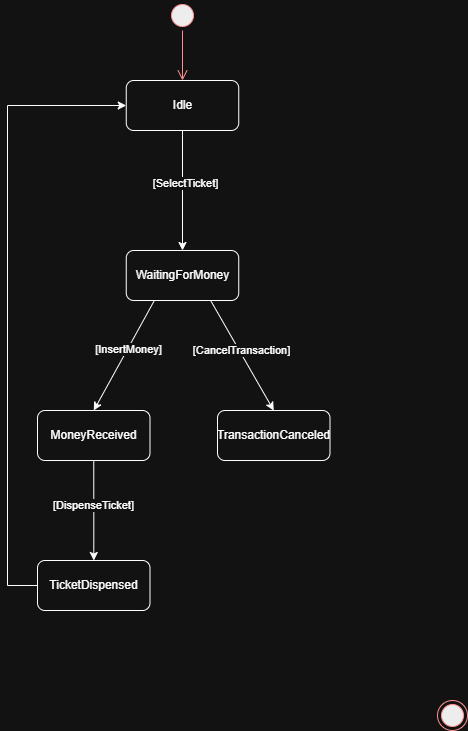
This is Домашняя_работа13_задание2.drawio.png from Masanova-Ksenia/1-Module-Task, a draw.io export, as it was before one commit. Source tidied: cells renumbered, new cells last; positions are measured from the earlier drawing's top-left corner, leaving out a move shared by most shapes. Its diagram source:
```xml
<mxGraphModel>
  <root>
    <mxCell id="0" />
    <mxCell id="1" parent="0" />
    <mxCell id="2" style="edgeStyle=orthogonalEdgeStyle;rounded=0;jettySize=auto;html=1;exitX=0.5;exitY=1;exitDx=0;exitDy=0;entryX=0.5;entryY=0;entryDx=0;entryDy=0;" parent="1" edge="1" source="4" target="8">
      <mxGeometry relative="1" as="geometry" />
    </mxCell>
    <mxCell id="3" value="[SelectTicket]" style="edgeLabel;html=1;align=center;verticalAlign=middle;" parent="2" vertex="1">
      <mxGeometry x="-0.13" y="2" relative="1" as="geometry" />
    </mxCell>
    <mxCell id="4" value="Idle" style="rounded=1;whiteSpace=wrap;html=1;" parent="1" vertex="1">
      <mxGeometry x="118.8" y="80" width="112.5" height="50" as="geometry" />
    </mxCell>
    <mxCell id="5" style="ellipse;html=1;shape=endState;fillColor=#000000;strokeColor=#ff0000;" parent="1" vertex="1">
      <mxGeometry x="430" y="700" width="30" height="30" as="geometry" />
    </mxCell>
    <mxCell id="6" style="ellipse;html=1;shape=startState;fillColor=#000000;strokeColor=#ff0000;" parent="1" vertex="1">
      <mxGeometry x="160" width="30" height="30" as="geometry" />
    </mxCell>
    <mxCell id="7" style="edgeStyle=orthogonalEdgeStyle;html=1;verticalAlign=bottom;endArrow=open;endSize=8;strokeColor=#ff0000;rounded=0;entryX=0.5;entryY=0;entryDx=0;entryDy=0;" parent="1" edge="1" source="6" target="4">
      <mxGeometry relative="1" as="geometry" />
    </mxCell>
    <mxCell id="8" value="WaitingForMoney" style="rounded=1;whiteSpace=wrap;html=1;" parent="1" vertex="1">
      <mxGeometry x="118.8" y="250" width="112.5" height="50" as="geometry" />
    </mxCell>
    <mxCell id="9" value="TransactionCanceled" style="rounded=1;whiteSpace=wrap;html=1;" parent="1" vertex="1">
      <mxGeometry x="210" y="410" width="112.5" height="50" as="geometry" />
    </mxCell>
    <mxCell id="10" style="edgeStyle=orthogonalEdgeStyle;rounded=0;jettySize=auto;html=1;exitX=0.5;exitY=1;exitDx=0;exitDy=0;" parent="1" edge="1" source="12" target="14">
      <mxGeometry relative="1" as="geometry" />
    </mxCell>
    <mxCell id="11" value="[DispenseTicket]" style="edgeLabel;html=1;align=center;verticalAlign=middle;" parent="10" vertex="1">
      <mxGeometry x="-0.12" y="-1" relative="1" as="geometry" />
    </mxCell>
    <mxCell id="12" value="MoneyReceived" style="rounded=1;whiteSpace=wrap;html=1;" parent="1" vertex="1">
      <mxGeometry x="30" y="410" width="112.5" height="50" as="geometry" />
    </mxCell>
    <mxCell id="13" style="edgeStyle=orthogonalEdgeStyle;rounded=0;jettySize=auto;html=1;exitX=0;exitY=0.5;exitDx=0;exitDy=0;entryX=0;entryY=0.5;entryDx=0;entryDy=0;" parent="1" edge="1" source="14" target="4">
      <mxGeometry relative="1" as="geometry">
        <Array as="points">
          <mxPoint y="585" />
          <mxPoint y="105" />
        </Array>
      </mxGeometry>
    </mxCell>
    <mxCell id="14" value="TicketDispensed" style="rounded=1;whiteSpace=wrap;html=1;" parent="1" vertex="1">
      <mxGeometry x="30" y="560" width="112.5" height="50" as="geometry" />
    </mxCell>
    <mxCell id="15" style="endArrow=classic;html=1;rounded=0;exitX=0.75;exitY=1;exitDx=0;exitDy=0;entryX=0.5;entryY=0;entryDx=0;entryDy=0;" parent="1" edge="1" source="8" target="9">
      <mxGeometry relative="1" as="geometry" />
    </mxCell>
    <mxCell id="16" value="[CancelTransaction]" style="edgeLabel;html=1;align=center;verticalAlign=middle;" parent="15" vertex="1">
      <mxGeometry x="-0.1" y="2" relative="1" as="geometry">
        <mxPoint y="1" as="offset" />
      </mxGeometry>
    </mxCell>
    <mxCell id="17" style="endArrow=classic;html=1;rounded=0;exitX=0.25;exitY=1;exitDx=0;exitDy=0;entryX=0.5;entryY=0;entryDx=0;entryDy=0;" parent="1" edge="1" source="8" target="12">
      <mxGeometry relative="1" as="geometry" />
    </mxCell>
    <mxCell id="18" value="[InsertMoney]" style="edgeLabel;html=1;align=center;verticalAlign=middle;" parent="17" vertex="1">
      <mxGeometry x="-0.12" relative="1" as="geometry" />
    </mxCell>
  </root>
</mxGraphModel>
```
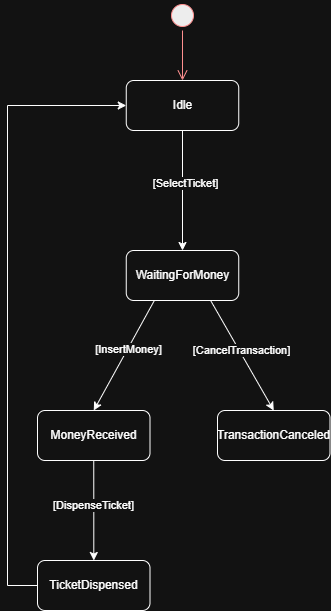
After the commit.

Change to the diagram source:
```diff
@@ -11,9 +11,6 @@
     <mxCell id="4" value="Idle" style="rounded=1;whiteSpace=wrap;html=1;" parent="1" vertex="1">
       <mxGeometry x="118.8" y="80" width="112.5" height="50" as="geometry" />
     </mxCell>
-    <mxCell id="5" style="ellipse;html=1;shape=endState;fillColor=#000000;strokeColor=#ff0000;" parent="1" vertex="1">
-      <mxGeometry x="430" y="700" width="30" height="30" as="geometry" />
-    </mxCell>
     <mxCell id="6" style="ellipse;html=1;shape=startState;fillColor=#000000;strokeColor=#ff0000;" parent="1" vertex="1">
       <mxGeometry x="160" width="30" height="30" as="geometry" />
     </mxCell>
```
